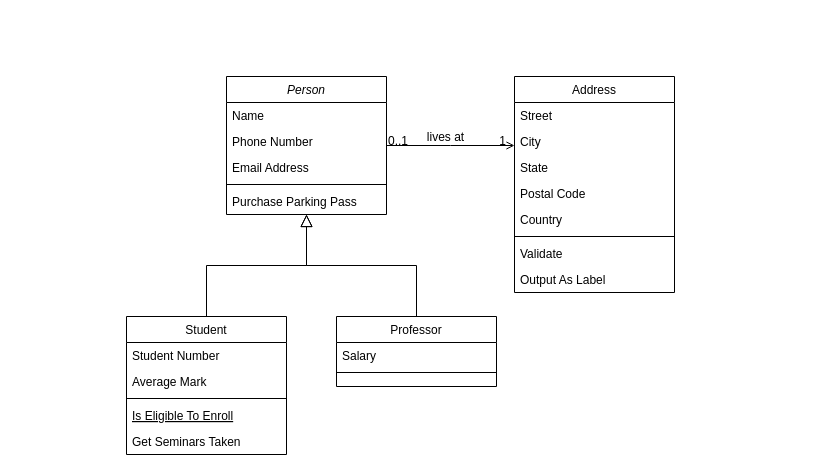
Before: StationerySmashLoading.drawio in elsam0104/Diagrams, a draw.io diagram. Source tidied: cells renumbered, new cells numbered last; positions are measured from the earlier drawing's top-left corner, leaving out a move shared by most shapes. Both pictures are drawn from the tidied source at 100%, with x=0, y=0 at pixel (126, 76).
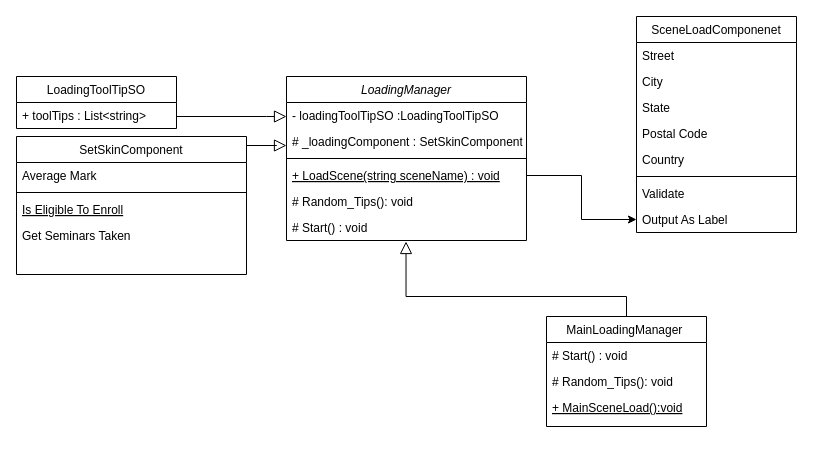
Above is the later version.

Unchanged cells that the change refers to:
```xml
<mxCell id="27" value="Output As Label" style="text;align=left;verticalAlign=top;spacingLeft=4;spacingRight=4;overflow=hidden;points=[[0,0.5],[1,0.5]];portConstraint=eastwest;" parent="19" vertex="1">
  <mxGeometry y="190" width="160" height="26" as="geometry" />
</mxCell>
```

The edit, as a diff of the source:
```diff
@@
-    <mxCell id="2" value="Person" style="swimlane;fontStyle=2;align=center;verticalAlign=top;horizontal=1;startSize=26;rounded=0;shadow=0;strokeWidth=1;" parent="1" vertex="1">
-      <mxGeometry x="100" width="160" height="138" as="geometry" />
+    <mxCell id="2" value="LoadingManager" style="swimlane;fontStyle=2;align=center;verticalAlign=top;horizontal=1;startSize=26;rounded=0;shadow=0;strokeWidth=1;" parent="1" vertex="1">
+      <mxGeometry x="160" width="240" height="164" as="geometry" />
     </mxCell>
-    <mxCell id="3" value="Name" style="text;align=left;verticalAlign=top;spacingLeft=4;spacingRight=4;overflow=hidden;" parent="2" vertex="1">
-      <mxGeometry y="26" width="160" height="26" as="geometry" />
+    <mxCell id="3" value="- loadingToolTipSO :LoadingToolTipSO" style="text;align=left;verticalAlign=top;spacingLeft=4;spacingRight=4;overflow=hidden;" parent="2" vertex="1">
+      <mxGeometry y="26" width="240" height="26" as="geometry" />
     </mxCell>
-    <mxCell id="4" value="Phone Number" style="text;align=left;verticalAlign=top;spacingLeft=4;spacingRight=4;overflow=hidden;rounded=0;shadow=0;html=0;" parent="2" vertex="1">
-      <mxGeometry y="52" width="160" height="26" as="geometry" />
+    <mxCell id="4" value="# _loadingComponent : SetSkinComponent" style="text;align=left;verticalAlign=top;spacingLeft=4;spacingRight=4;overflow=hidden;rounded=0;shadow=0;html=0;" parent="2" vertex="1">
+      <mxGeometry y="52" width="240" height="26" as="geometry" />
     </mxCell>
-    <mxCell id="5" value="Email Address" style="text;align=left;verticalAlign=top;spacingLeft=4;spacingRight=4;overflow=hidden;rounded=0;shadow=0;html=0;" parent="2" vertex="1">
-      <mxGeometry y="78" width="160" height="26" as="geometry" />
-    </mxCell>
     <mxCell id="6" style="line;html=1;strokeWidth=1;align=left;verticalAlign=middle;spacingTop=-1;spacingLeft=3;spacingRight=3;labelPosition=right;" parent="2" vertex="1">
-      <mxGeometry y="104" width="160" height="8" as="geometry" />
+      <mxGeometry y="78" width="240" height="8" as="geometry" />
     </mxCell>
-    <mxCell id="7" value="Purchase Parking Pass" style="text;align=left;verticalAlign=top;spacingLeft=4;spacingRight=4;overflow=hidden;points=[[0,0.5],[1,0.5]];portConstraint=eastwest;" parent="2" vertex="1">
-      <mxGeometry y="112" width="160" height="26" as="geometry" />
+    <mxCell id="7" value="+ LoadScene(string sceneName) : void" style="text;align=left;verticalAlign=top;spacingLeft=4;spacingRight=4;overflow=hidden;points=[[0,0.5],[1,0.5]];portConstraint=eastwest;fontStyle=4;" parent="2" vertex="1">
+      <mxGeometry y="86" width="240" height="26" as="geometry" />
     </mxCell>
+    <mxCell id="5" value="# Random_Tips(): void" style="text;align=left;verticalAlign=top;spacingLeft=4;spacingRight=4;overflow=hidden;rounded=0;shadow=0;html=0;" parent="2" vertex="1">
+      <mxGeometry y="112" width="240" height="26" as="geometry" />
+    </mxCell>
+    <mxCell id="32" value="# Start() : void" style="text;align=left;verticalAlign=top;spacingLeft=4;spacingRight=4;overflow=hidden;points=[[0,0.5],[1,0.5]];portConstraint=eastwest;" parent="2" vertex="1">
+      <mxGeometry y="138" width="240" height="26" as="geometry" />
+    </mxCell>
-    <mxCell id="8" value="Student" style="swimlane;fontStyle=0;align=center;verticalAlign=top;horizontal=1;startSize=26;rounded=0;shadow=0;strokeWidth=1;" parent="1" vertex="1">
-      <mxGeometry y="240" width="160" height="138" as="geometry" />
+    <mxCell id="8" value="SetSkinComponent" style="swimlane;fontStyle=0;align=center;verticalAlign=top;horizontal=1;startSize=26;rounded=0;shadow=0;strokeWidth=1;" parent="1" vertex="1">
+      <mxGeometry x="-110" y="60" width="230" height="138" as="geometry" />
     </mxCell>
-    <mxCell id="9" value="Student Number" style="text;align=left;verticalAlign=top;spacingLeft=4;spacingRight=4;overflow=hidden;" parent="8" vertex="1">
-      <mxGeometry y="26" width="160" height="26" as="geometry" />
-    </mxCell>
     <mxCell id="10" value="Average Mark" style="text;align=left;verticalAlign=top;spacingLeft=4;spacingRight=4;overflow=hidden;rounded=0;shadow=0;html=0;" parent="8" vertex="1">
-      <mxGeometry y="52" width="160" height="26" as="geometry" />
+      <mxGeometry y="26" width="230" height="26" as="geometry" />
     </mxCell>
     <mxCell id="11" style="line;html=1;strokeWidth=1;align=left;verticalAlign=middle;spacingTop=-1;spacingLeft=3;spacingRight=3;labelPosition=right;" parent="8" vertex="1">
-      <mxGeometry y="78" width="160" height="8" as="geometry" />
+      <mxGeometry y="52" width="230" height="8" as="geometry" />
     </mxCell>
     <mxCell id="12" value="Is Eligible To Enroll" style="text;align=left;verticalAlign=top;spacingLeft=4;spacingRight=4;overflow=hidden;fontStyle=4;" parent="8" vertex="1">
-      <mxGeometry y="86" width="160" height="26" as="geometry" />
+      <mxGeometry y="60" width="230" height="26" as="geometry" />
     </mxCell>
     <mxCell id="13" value="Get Seminars Taken" style="text;align=left;verticalAlign=top;spacingLeft=4;spacingRight=4;overflow=hidden;" parent="8" vertex="1">
-      <mxGeometry y="112" width="160" height="26" as="geometry" />
+      <mxGeometry y="86" width="230" height="26" as="geometry" />
     </mxCell>
     <mxCell id="14" style="endArrow=block;endSize=10;endFill=0;shadow=0;strokeWidth=1;rounded=0;edgeStyle=elbowEdgeStyle;elbow=vertical;" parent="1" edge="1" source="8" target="2">
-      <mxGeometry relative="1" as="geometry" />
+      <mxGeometry relative="1" as="geometry">
+        <Array as="points">
+          <mxPoint x="150" y="69" />
+        </Array>
+      </mxGeometry>
     </mxCell>
-    <mxCell id="15" value="Professor" style="swimlane;fontStyle=0;align=center;verticalAlign=top;horizontal=1;startSize=26;rounded=0;shadow=0;strokeWidth=1;" parent="1" vertex="1">
-      <mxGeometry x="210" y="240" width="160" height="70" as="geometry" />
+    <mxCell id="15" value="LoadingToolTipSO" style="swimlane;fontStyle=0;align=center;verticalAlign=top;horizontal=1;startSize=26;rounded=0;shadow=0;strokeWidth=1;" parent="1" vertex="1">
+      <mxGeometry x="-110" width="160" height="52" as="geometry" />
     </mxCell>
-    <mxCell id="16" value="Salary" style="text;align=left;verticalAlign=top;spacingLeft=4;spacingRight=4;overflow=hidden;" parent="15" vertex="1">
+    <mxCell id="16" value="+ toolTips : List&lt;string&gt;" style="text;align=left;verticalAlign=top;spacingLeft=4;spacingRight=4;overflow=hidden;" parent="15" vertex="1">
       <mxGeometry y="26" width="160" height="26" as="geometry" />
     </mxCell>
-    <mxCell id="17" style="line;html=1;strokeWidth=1;align=left;verticalAlign=middle;spacingTop=-1;spacingLeft=3;spacingRight=3;labelPosition=right;" parent="15" vertex="1">
-      <mxGeometry y="52" width="160" height="8" as="geometry" />
-    </mxCell>
     <mxCell id="18" style="endArrow=block;endSize=10;endFill=0;shadow=0;strokeWidth=1;rounded=0;edgeStyle=elbowEdgeStyle;elbow=vertical;" parent="1" edge="1" source="15" target="2">
-      <mxGeometry relative="1" as="geometry" />
+      <mxGeometry relative="1" as="geometry">
+        <Array as="points">
+          <mxPoint x="140" y="40" />
+          <mxPoint x="220" y="150" />
+          <mxPoint x="210" y="190" />
+        </Array>
+      </mxGeometry>
     </mxCell>
-    <mxCell id="19" value="Address" style="swimlane;fontStyle=0;align=center;verticalAlign=top;horizontal=1;startSize=26;rounded=0;shadow=0;strokeWidth=1;" parent="1" vertex="1">
-      <mxGeometry x="388" width="160" height="216" as="geometry" />
+    <mxCell id="19" value="SceneLoadComponenet" style="swimlane;fontStyle=0;align=center;verticalAlign=top;horizontal=1;startSize=26;rounded=0;shadow=0;strokeWidth=1;" parent="1" vertex="1">
+      <mxGeometry x="510" y="-60" width="160" height="216" as="geometry" />
     </mxCell>
@@
-    <mxCell id="28" style="endArrow=open;shadow=0;strokeWidth=1;rounded=0;endFill=1;edgeStyle=elbowEdgeStyle;elbow=vertical;" parent="1" edge="1" source="2" target="19">
-      <mxGeometry x="0.5" y="41" relative="1" as="geometry">
-        <mxPoint x="-40" y="32" as="offset" />
-      </mxGeometry>
-    </mxCell>
-    <mxCell id="29" value="0..1" style="align=left;verticalAlign=bottom;labelBackgroundColor=none;fontSize=12;" parent="28" vertex="1">
-      <mxGeometry x="-1" relative="1" as="geometry">
-        <mxPoint y="4" as="offset" />
-      </mxGeometry>
-    </mxCell>
-    <mxCell id="30" value="1" style="align=right;verticalAlign=bottom;labelBackgroundColor=none;fontSize=12;" parent="28" vertex="1">
-      <mxGeometry x="1" relative="1" as="geometry">
-        <mxPoint x="-7" y="4" as="offset" />
-      </mxGeometry>
-    </mxCell>
-    <mxCell id="31" value="lives at" style="text;html=1;align=center;verticalAlign=middle;labelBackgroundColor=none;rounded=0;shadow=0;strokeWidth=1;fontSize=12;" parent="28" vertex="1">
-      <mxGeometry x="0.5" y="49" relative="1" as="geometry">
-        <mxPoint x="-38" y="40" as="offset" />
-      </mxGeometry>
-    </mxCell>
+    <mxCell id="33" value="MainLoadingManager " style="swimlane;fontStyle=0;align=center;verticalAlign=top;horizontal=1;startSize=26;rounded=0;shadow=0;strokeWidth=1;" parent="1" vertex="1">
+      <mxGeometry x="420" y="240" width="160" height="110" as="geometry" />
+    </mxCell>
+    <mxCell id="34" value="# Start() : void" style="text;align=left;verticalAlign=top;spacingLeft=4;spacingRight=4;overflow=hidden;" parent="33" vertex="1">
+      <mxGeometry y="26" width="160" height="26" as="geometry" />
+    </mxCell>
+    <mxCell id="35" value="# Random_Tips(): void" style="text;align=left;verticalAlign=top;spacingLeft=4;spacingRight=4;overflow=hidden;rounded=0;shadow=0;html=0;" parent="33" vertex="1">
+      <mxGeometry y="52" width="160" height="26" as="geometry" />
+    </mxCell>
+    <mxCell id="36" value="+ MainSceneLoad():void" style="text;align=left;verticalAlign=top;spacingLeft=4;spacingRight=4;overflow=hidden;rounded=0;shadow=0;html=0;fontStyle=4;" parent="33" vertex="1">
+      <mxGeometry y="78" width="160" height="26" as="geometry" />
+    </mxCell>
+    <mxCell id="37" style="endArrow=block;endSize=10;endFill=0;shadow=0;strokeWidth=1;rounded=0;edgeStyle=elbowEdgeStyle;elbow=vertical;exitX=0.5;exitY=0;exitDx=0;exitDy=0;entryX=0.498;entryY=1.038;entryDx=0;entryDy=0;entryPerimeter=0;" parent="1" edge="1" source="33" target="32">
+      <mxGeometry relative="1" as="geometry">
+        <Array as="points">
+          <mxPoint x="280" y="220" />
+        </Array>
+      </mxGeometry>
+    </mxCell>
+    <mxCell id="38" style="edgeStyle=orthogonalEdgeStyle;rounded=0;jettySize=auto;html=1;" parent="1" edge="1" source="7" target="27">
+      <mxGeometry relative="1" as="geometry" />
+    </mxCell>
```
